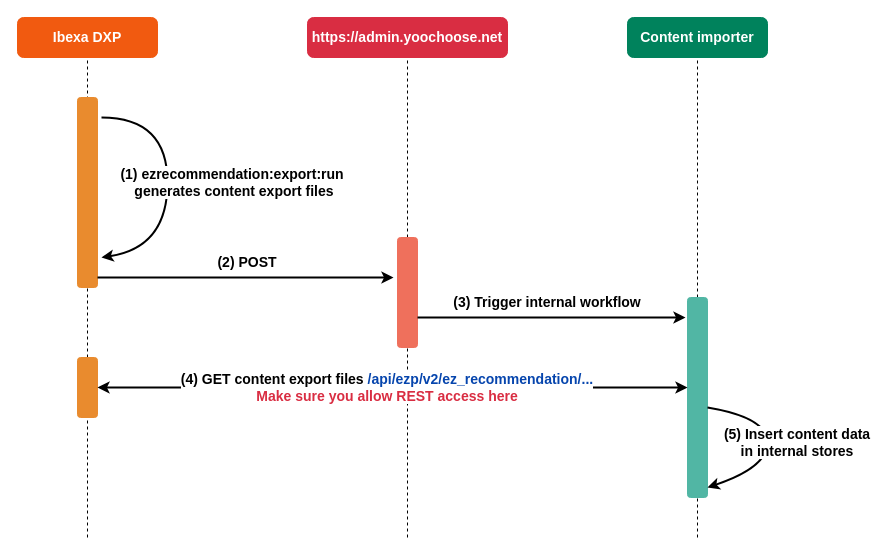
ibexa/documentation-developer keeps this draw.io diagram as docs/guide/personalization/img/Diagram source/full_content_export.drawio. Above is the earlier version. Source tidied: cells renumbered, new cells numbered last; positions are measured from the earlier drawing's top-left corner, leaving out a move shared by most shapes. Both pictures are drawn from the tidied source at 100%, with x=0, y=0 at pixel (17, 17).
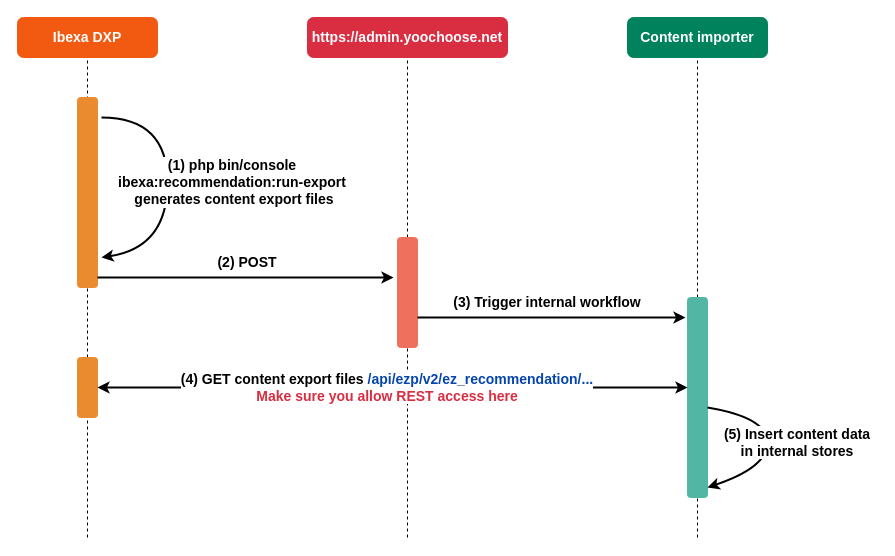
Above is the later version.

Commit message (it also covers changes not shown here):
Modified Perso diagram

The edit, as a diff of the source:
```diff
@@
-    <mxCell id="21" value="&lt;font&gt;&lt;b&gt;(1) ezrecommendation:export:run&lt;/b&gt;&lt;br&gt;&lt;b&gt;&amp;nbsp;generates content export files&lt;/b&gt;&lt;/font&gt;" style="text;html=1;strokeColor=none;fillColor=none;align=center;verticalAlign=middle;whiteSpace=wrap;rounded=0;fontSize=14;labelBackgroundColor=#ffffff;" parent="1" vertex="1">
+    <mxCell id="21" value="&lt;font&gt;&lt;b&gt;(1)&amp;nbsp;php bin/console ibexa:recommendation:run-export&lt;/b&gt;&lt;br&gt;&lt;b&gt;&amp;nbsp;generates content export files&lt;/b&gt;&lt;/font&gt;" style="text;html=1;strokeColor=none;fillColor=none;align=center;verticalAlign=middle;whiteSpace=wrap;rounded=0;fontSize=14;labelBackgroundColor=#ffffff;" parent="1" vertex="1">
       <mxGeometry x="80" y="130" width="270" height="70" as="geometry" />
     </mxCell>
```
